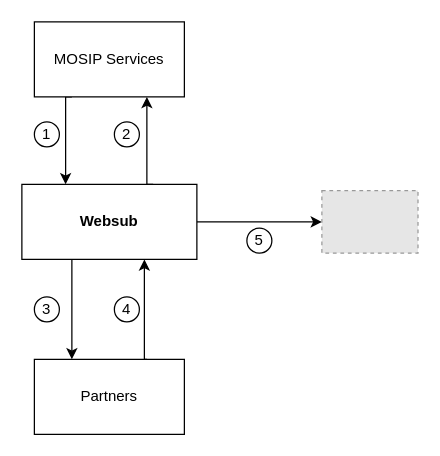
Earlier version of the draw.io diagram docs/_images/websub.drawio (mosip/documentation). Source tidied: cells renumbered, new cells numbered last; positions are measured from the earlier drawing's top-left corner, leaving out a move shared by most shapes. Both pictures are drawn from the tidied source at 125%, with x=0, y=0 at pixel (21, 21). Pictures stored in the file or linked from it are replaced by grey dashed boxes.
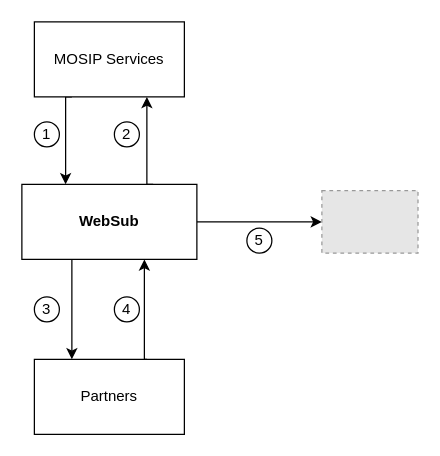
The same page after the edit.

The edit, as a diff of the source:
```diff
@@
-    <mxCell id="5" value="&lt;b&gt;Websub&lt;/b&gt;" style="rounded=0;whiteSpace=wrap;html=1;" parent="1" vertex="1">
+    <mxCell id="5" value="&lt;b&gt;WebSub&lt;/b&gt;" style="rounded=0;whiteSpace=wrap;html=1;" parent="1" vertex="1">
       <mxGeometry y="130" width="140" height="60" as="geometry" />
     </mxCell>
```
